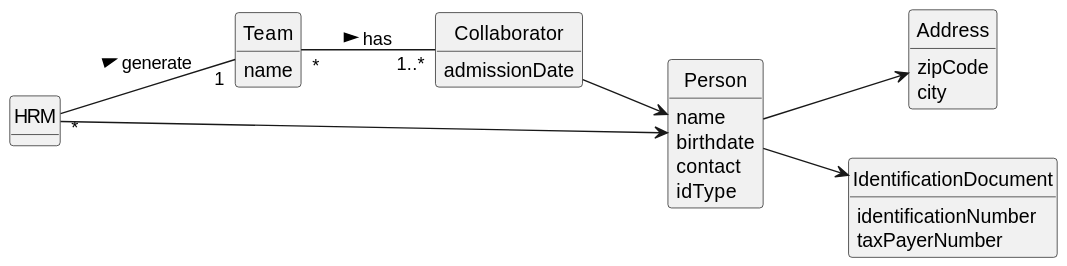
Above: docs/sprintA/us005/02.analysis/svg/us005-domain-model.svg in ricardomm7/leaflink (PlantUML), before the change.
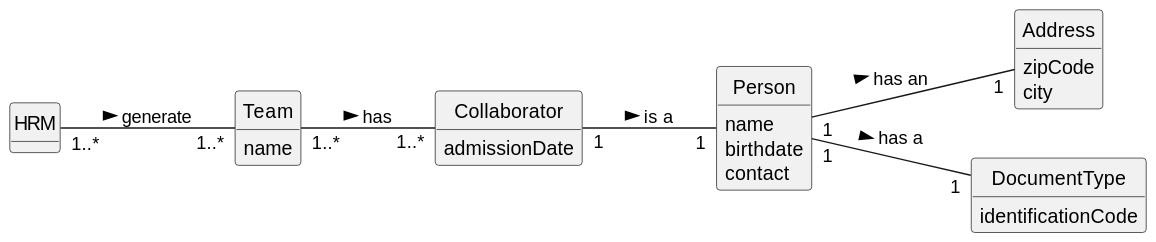
Later version of the same file.

Diff of the diagram source:
```diff
@@ -19,7 +19,6 @@
     name
     birthdate
     contact
-    idType
 }
 
 class Address{
@@ -31,15 +30,14 @@
     admissionDate
 }
 
-class IdentificationDocument{
-  identificationNumber
-  taxPayerNumber
+class DocumentType{
+  identificationCode
+
 }
 
-HRM "*" -- "1" Team: generate   >
-HRM  -->  Person
-Person --> Address
-Collaborator  -->  Person
-Person  -->  IdentificationDocument
-Team "*" -- "1..*" Collaborator : has >
+HRM "1..*" -- "1..*" Team: generate   >
+Person "1" -- "1" Address: has an >
+Collaborator "1" -- "1"  Person: is a >
+Person "1" -- "1"  DocumentType: has a >
+Team "1..*" -- "1..*" Collaborator : has >
 @enduml
```
